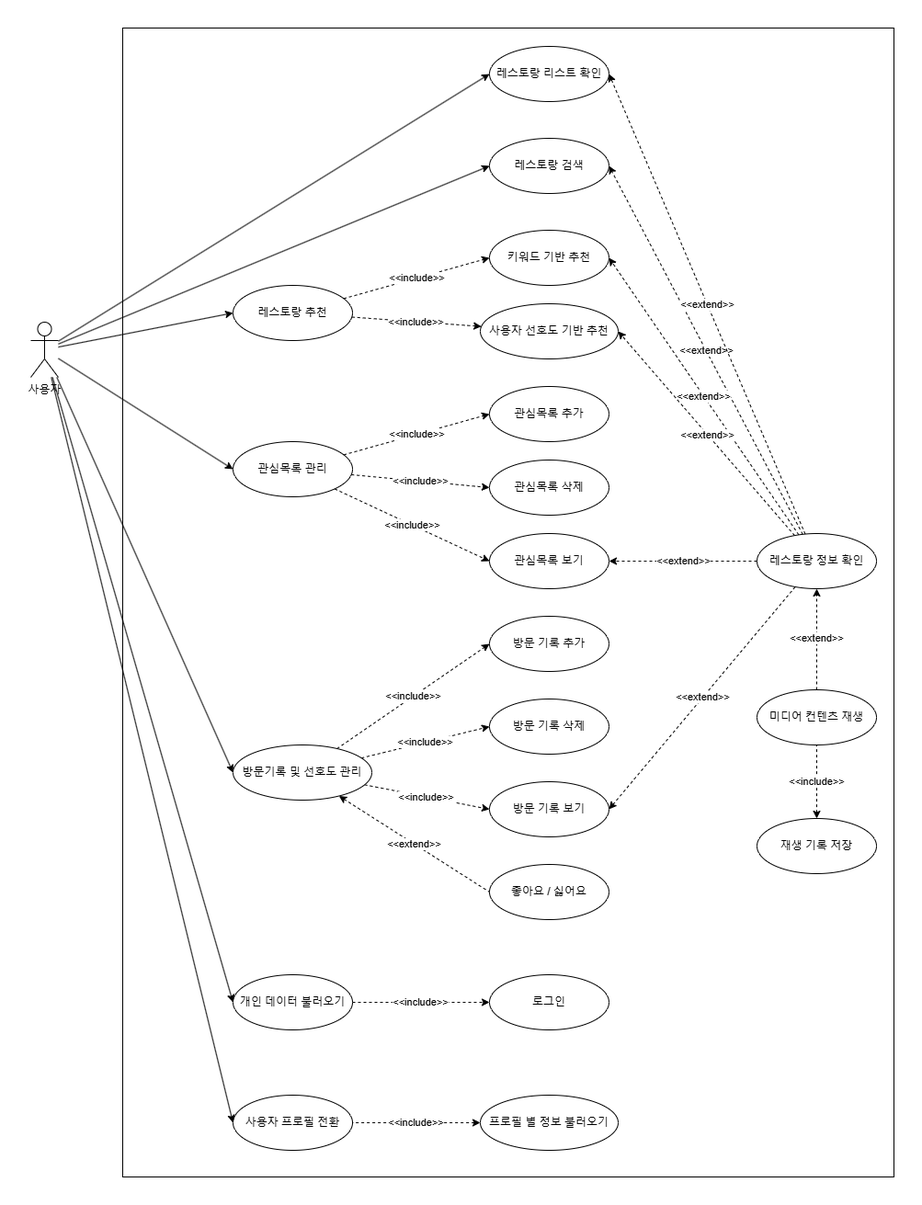
This is usecase_diagram/connected_usecase_diagram.drawio.png from KangNaewon/connected-platform, a draw.io export, as it was before one commit. Source tidied: cells renumbered, new cells last; positions are measured from the earlier drawing's top-left corner, leaving out a move shared by most shapes. The source it was exported from:
```xml
<mxGraphModel>
  <root>
    <mxCell id="0" />
    <mxCell id="1" parent="0" />
    <mxCell id="2" style="rounded=0;whiteSpace=wrap;html=1;" parent="1" vertex="1">
      <mxGeometry x="100" width="839" height="1250" as="geometry" />
    </mxCell>
    <mxCell id="3" value="레스토랑 검색" style="ellipse;whiteSpace=wrap;html=1;" parent="1" vertex="1">
      <mxGeometry x="499" y="120" width="130" height="60" as="geometry" />
    </mxCell>
    <mxCell id="4" value="레스토랑 리스트 확인" style="ellipse;whiteSpace=wrap;html=1;" parent="1" vertex="1">
      <mxGeometry x="499" y="20" width="130" height="60" as="geometry" />
    </mxCell>
    <mxCell id="5" value="&amp;lt;&amp;lt;extend&amp;gt;&amp;gt;" style="rounded=0;jettySize=auto;html=1;entryX=1;entryY=0.5;entryDx=0;entryDy=0;dashed=1;" parent="1" edge="1" source="12" target="34">
      <mxGeometry relative="1" as="geometry" />
    </mxCell>
    <mxCell id="6" value="&amp;lt;&amp;lt;extend&amp;gt;&amp;gt;" style="rounded=0;jettySize=auto;html=1;entryX=1;entryY=0.5;entryDx=0;entryDy=0;dashed=1;" parent="1" edge="1" source="12" target="3">
      <mxGeometry relative="1" as="geometry" />
    </mxCell>
    <mxCell id="7" value="&amp;lt;&amp;lt;extend&amp;gt;&amp;gt;" style="rounded=0;jettySize=auto;html=1;entryX=1;entryY=0.5;entryDx=0;entryDy=0;dashed=1;" parent="1" edge="1" source="12" target="13">
      <mxGeometry relative="1" as="geometry" />
    </mxCell>
    <mxCell id="8" style="rounded=0;jettySize=auto;html=1;entryX=1;entryY=0.5;entryDx=0;entryDy=0;dashed=1;" parent="1" edge="1" source="12" target="31">
      <mxGeometry relative="1" as="geometry" />
    </mxCell>
    <mxCell id="9" value="&amp;lt;&amp;lt;extend&amp;gt;&amp;gt;" style="edgeLabel;html=1;align=center;verticalAlign=middle;" parent="8" vertex="1">
      <mxGeometry x="-0.01" relative="1" as="geometry" />
    </mxCell>
    <mxCell id="10" value="&amp;lt;&amp;lt;extend&amp;gt;&amp;gt;" style="edgeStyle=orthogonalEdgeStyle;rounded=0;jettySize=auto;html=1;entryX=1;entryY=0.5;entryDx=0;entryDy=0;dashed=1;" parent="1" edge="1" source="12" target="27">
      <mxGeometry relative="1" as="geometry" />
    </mxCell>
    <mxCell id="11" value="&amp;lt;&amp;lt;extend&amp;gt;&amp;gt;" style="rounded=0;jettySize=auto;html=1;entryX=1;entryY=0.5;entryDx=0;entryDy=0;dashed=1;" parent="1" edge="1" source="12" target="4">
      <mxGeometry relative="1" as="geometry" />
    </mxCell>
    <mxCell id="12" value="레스토랑 정보 확인" style="ellipse;whiteSpace=wrap;html=1;" parent="1" vertex="1">
      <mxGeometry x="790" y="550" width="130" height="60" as="geometry" />
    </mxCell>
    <mxCell id="13" value="키워드 기반 추천" style="ellipse;whiteSpace=wrap;html=1;" parent="1" vertex="1">
      <mxGeometry x="499" y="220" width="130" height="60" as="geometry" />
    </mxCell>
    <mxCell id="14" value="&amp;lt;&amp;lt;include&amp;gt;&amp;gt;" style="rounded=0;jettySize=auto;html=1;entryX=0;entryY=0.5;entryDx=0;entryDy=0;dashed=1;" parent="1" edge="1" source="17" target="25">
      <mxGeometry relative="1" as="geometry" />
    </mxCell>
    <mxCell id="15" value="&amp;lt;&amp;lt;include&amp;gt;&amp;gt;" style="rounded=0;jettySize=auto;html=1;entryX=0;entryY=0.5;entryDx=0;entryDy=0;dashed=1;" parent="1" edge="1" source="17" target="26">
      <mxGeometry relative="1" as="geometry" />
    </mxCell>
    <mxCell id="16" value="&amp;lt;&amp;lt;include&amp;gt;&amp;gt;" style="rounded=0;jettySize=auto;html=1;entryX=0;entryY=0.5;entryDx=0;entryDy=0;dashed=1;" parent="1" edge="1" source="17" target="27">
      <mxGeometry relative="1" as="geometry" />
    </mxCell>
    <mxCell id="17" value="관심목록 관리" style="ellipse;whiteSpace=wrap;html=1;" parent="1" vertex="1">
      <mxGeometry x="220" y="450" width="130" height="60" as="geometry" />
    </mxCell>
    <mxCell id="18" value="&amp;lt;&amp;lt;include&amp;gt;&amp;gt;" style="rounded=0;jettySize=auto;html=1;entryX=0;entryY=0.5;entryDx=0;entryDy=0;dashed=1;" parent="1" edge="1" source="22" target="32">
      <mxGeometry relative="1" as="geometry" />
    </mxCell>
    <mxCell id="19" value="&amp;lt;&amp;lt;include&amp;gt;&amp;gt;" style="rounded=0;jettySize=auto;html=1;entryX=0;entryY=0.5;entryDx=0;entryDy=0;dashed=1;" parent="1" edge="1" source="22" target="33">
      <mxGeometry relative="1" as="geometry" />
    </mxCell>
    <mxCell id="20" value="&amp;lt;&amp;lt;include&amp;gt;&amp;gt;" style="rounded=0;jettySize=auto;html=1;entryX=0;entryY=0.5;entryDx=0;entryDy=0;dashed=1;" parent="1" edge="1" source="22" target="34">
      <mxGeometry relative="1" as="geometry" />
    </mxCell>
    <mxCell id="21" value="&amp;lt;&amp;lt;extend&amp;gt;&amp;gt;" style="rounded=0;jettySize=auto;html=1;entryX=0;entryY=0.5;entryDx=0;entryDy=0;dashed=1;startArrow=classic;startFill=1;endArrow=none;endFill=0;" parent="1" edge="1" source="22" target="35">
      <mxGeometry relative="1" as="geometry" />
    </mxCell>
    <mxCell id="22" value="방문기록 및 선호도 관리" style="ellipse;whiteSpace=wrap;html=1;" parent="1" vertex="1">
      <mxGeometry x="220" y="780" width="151" height="60" as="geometry" />
    </mxCell>
    <mxCell id="23" value="로그인" style="ellipse;whiteSpace=wrap;html=1;" parent="1" vertex="1">
      <mxGeometry x="499" y="1030" width="130" height="60" as="geometry" />
    </mxCell>
    <mxCell id="24" value="사용자 프로필 전환" style="ellipse;whiteSpace=wrap;html=1;" parent="1" vertex="1">
      <mxGeometry x="220" y="1161" width="130" height="60" as="geometry" />
    </mxCell>
    <mxCell id="25" value="관심목록 추가" style="ellipse;whiteSpace=wrap;html=1;" parent="1" vertex="1">
      <mxGeometry x="499" y="390" width="130" height="60" as="geometry" />
    </mxCell>
    <mxCell id="26" value="관심목록 삭제" style="ellipse;whiteSpace=wrap;html=1;" parent="1" vertex="1">
      <mxGeometry x="499" y="470" width="130" height="60" as="geometry" />
    </mxCell>
    <mxCell id="27" value="관심목록 보기" style="ellipse;whiteSpace=wrap;html=1;" parent="1" vertex="1">
      <mxGeometry x="499" y="550" width="130" height="60" as="geometry" />
    </mxCell>
    <mxCell id="28" value="&amp;lt;&amp;lt;include&amp;gt;&amp;gt;" style="rounded=0;jettySize=auto;html=1;entryX=0;entryY=0.5;entryDx=0;entryDy=0;dashed=1;" parent="1" edge="1" source="30" target="13">
      <mxGeometry relative="1" as="geometry" />
    </mxCell>
    <mxCell id="29" value="&amp;lt;&amp;lt;include&amp;gt;&amp;gt;" style="rounded=0;jettySize=auto;html=1;dashed=1;" parent="1" edge="1" source="30" target="31">
      <mxGeometry relative="1" as="geometry" />
    </mxCell>
    <mxCell id="30" value="레스토랑 추천" style="ellipse;whiteSpace=wrap;html=1;" parent="1" vertex="1">
      <mxGeometry x="220" y="280" width="130" height="60" as="geometry" />
    </mxCell>
    <mxCell id="31" value="사용자 선호도 기반 추천" style="ellipse;whiteSpace=wrap;html=1;" parent="1" vertex="1">
      <mxGeometry x="489" y="300" width="150" height="60" as="geometry" />
    </mxCell>
    <mxCell id="32" value="방문 기록 추가" style="ellipse;whiteSpace=wrap;html=1;" parent="1" vertex="1">
      <mxGeometry x="499" y="640" width="130" height="60" as="geometry" />
    </mxCell>
    <mxCell id="33" value="방문 기록 삭제" style="ellipse;whiteSpace=wrap;html=1;" parent="1" vertex="1">
      <mxGeometry x="499" y="730" width="130" height="60" as="geometry" />
    </mxCell>
    <mxCell id="34" value="방문 기록 보기" style="ellipse;whiteSpace=wrap;html=1;" parent="1" vertex="1">
      <mxGeometry x="499" y="820" width="130" height="60" as="geometry" />
    </mxCell>
    <mxCell id="35" value="좋아요 / 싫어요" style="ellipse;whiteSpace=wrap;html=1;" parent="1" vertex="1">
      <mxGeometry x="499" y="910" width="130" height="60" as="geometry" />
    </mxCell>
    <mxCell id="36" value="&amp;lt;&amp;lt;include&amp;gt;&amp;gt;" style="edgeStyle=orthogonalEdgeStyle;rounded=0;jettySize=auto;html=1;entryX=0;entryY=0.5;entryDx=0;entryDy=0;dashed=1;" parent="1" edge="1" source="37" target="23">
      <mxGeometry relative="1" as="geometry" />
    </mxCell>
    <mxCell id="37" value="개인 데이터 불러오기" style="ellipse;whiteSpace=wrap;html=1;" parent="1" vertex="1">
      <mxGeometry x="220" y="1030" width="130" height="60" as="geometry" />
    </mxCell>
    <mxCell id="38" style="rounded=0;jettySize=auto;html=1;entryX=0;entryY=0.5;entryDx=0;entryDy=0;" parent="1" edge="1" source="45" target="3">
      <mxGeometry relative="1" as="geometry" />
    </mxCell>
    <mxCell id="39" style="rounded=0;jettySize=auto;html=1;entryX=0;entryY=0.5;entryDx=0;entryDy=0;" parent="1" edge="1" source="45" target="22">
      <mxGeometry relative="1" as="geometry" />
    </mxCell>
    <mxCell id="40" style="rounded=0;jettySize=auto;html=1;entryX=0;entryY=0.5;entryDx=0;entryDy=0;" parent="1" edge="1" source="45" target="17">
      <mxGeometry relative="1" as="geometry" />
    </mxCell>
    <mxCell id="41" style="rounded=0;jettySize=auto;html=1;entryX=0;entryY=0.5;entryDx=0;entryDy=0;" parent="1" edge="1" source="45" target="30">
      <mxGeometry relative="1" as="geometry" />
    </mxCell>
    <mxCell id="42" style="rounded=0;jettySize=auto;html=1;entryX=0;entryY=0.5;entryDx=0;entryDy=0;" parent="1" edge="1" source="45" target="4">
      <mxGeometry relative="1" as="geometry" />
    </mxCell>
    <mxCell id="43" style="rounded=0;jettySize=auto;html=1;entryX=0;entryY=0.5;entryDx=0;entryDy=0;" parent="1" edge="1" source="45" target="37">
      <mxGeometry relative="1" as="geometry" />
    </mxCell>
    <mxCell id="44" style="rounded=0;jettySize=auto;html=1;entryX=0;entryY=0.5;entryDx=0;entryDy=0;" parent="1" edge="1" source="45" target="24">
      <mxGeometry relative="1" as="geometry" />
    </mxCell>
    <mxCell id="45" value="사용자" style="shape=umlActor;verticalLabelPosition=bottom;verticalAlign=top;html=1;outlineConnect=0;" parent="1" vertex="1">
      <mxGeometry y="320" width="30" height="60" as="geometry" />
    </mxCell>
    <mxCell id="46" value="&amp;lt;&amp;lt;extend&amp;gt;&amp;gt;" style="rounded=0;jettySize=auto;html=1;entryX=0.5;entryY=1;entryDx=0;entryDy=0;dashed=1;" parent="1" edge="1" source="47" target="12">
      <mxGeometry relative="1" as="geometry" />
    </mxCell>
    <mxCell id="47" value="미디어 컨텐츠 재생" style="ellipse;whiteSpace=wrap;html=1;" parent="1" vertex="1">
      <mxGeometry x="790" y="720" width="130" height="60" as="geometry" />
    </mxCell>
    <mxCell id="48" value="&amp;lt;&amp;lt;include&amp;gt;&amp;gt;" style="rounded=0;jettySize=auto;html=1;entryX=0.5;entryY=1;entryDx=0;entryDy=0;dashed=1;endArrow=none;endFill=0;startArrow=classic;startFill=1;exitX=0.5;exitY=0;exitDx=0;exitDy=0;" parent="1" edge="1" source="49" target="47">
      <mxGeometry relative="1" as="geometry" />
    </mxCell>
    <mxCell id="49" value="재생 기록 저장" style="ellipse;whiteSpace=wrap;html=1;" parent="1" vertex="1">
      <mxGeometry x="790" y="860" width="130" height="60" as="geometry" />
    </mxCell>
    <mxCell id="50" style="edgeStyle=orthogonalEdgeStyle;rounded=0;orthogonalLoop=1;jettySize=auto;html=1;exitX=0.5;exitY=1;exitDx=0;exitDy=0;" parent="1" edge="1">
      <mxGeometry relative="1" as="geometry">
        <mxPoint x="795" y="908.8" as="sourcePoint" />
        <mxPoint x="795" y="908.8" as="targetPoint" />
      </mxGeometry>
    </mxCell>
    <mxCell id="51" value="&amp;lt;&amp;lt;include&amp;gt;&amp;gt;" style="edgeStyle=orthogonalEdgeStyle;rounded=0;jettySize=auto;html=1;entryX=1;entryY=0.5;entryDx=0;entryDy=0;startArrow=classic;startFill=1;endArrow=none;endFill=0;dashed=1;" parent="1" edge="1" source="52" target="24">
      <mxGeometry relative="1" as="geometry" />
    </mxCell>
    <mxCell id="52" value="프로필 별 정보 불러오기" style="ellipse;whiteSpace=wrap;html=1;" parent="1" vertex="1">
      <mxGeometry x="489" y="1161" width="150" height="60" as="geometry" />
    </mxCell>
  </root>
</mxGraphModel>
```
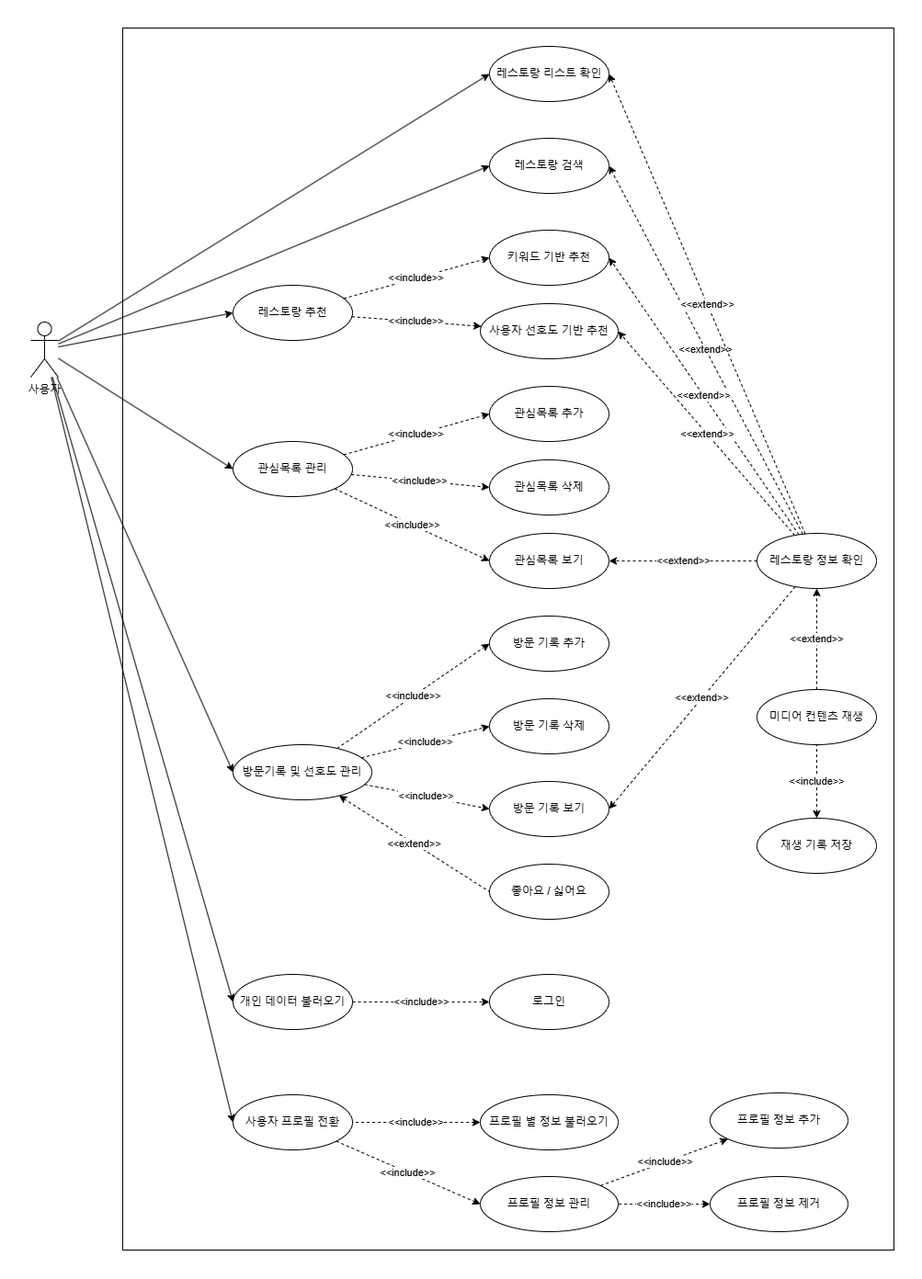
After the change.

Commit message:
Update usecase diagram

Diff of the diagram source:
```diff
@@ -3,7 +3,7 @@
     <mxCell id="0" />
     <mxCell id="1" parent="0" />
     <mxCell id="2" style="rounded=0;whiteSpace=wrap;html=1;" parent="1" vertex="1">
-      <mxGeometry x="100" width="839" height="1250" as="geometry" />
+      <mxGeometry x="100" width="839" height="1330" as="geometry" />
     </mxCell>
     <mxCell id="3" value="레스토랑 검색" style="ellipse;whiteSpace=wrap;html=1;" parent="1" vertex="1">
       <mxGeometry x="499" y="120" width="130" height="60" as="geometry" />
@@ -68,6 +68,9 @@
     <mxCell id="23" value="로그인" style="ellipse;whiteSpace=wrap;html=1;" parent="1" vertex="1">
       <mxGeometry x="499" y="1030" width="130" height="60" as="geometry" />
     </mxCell>
+    <mxCell id="53" value="&amp;lt;&amp;lt;include&amp;gt;&amp;gt;" style="rounded=0;jettySize=auto;html=1;entryX=0;entryY=0.5;entryDx=0;entryDy=0;dashed=1;" parent="1" edge="1" source="24" target="54">
+      <mxGeometry relative="1" as="geometry" />
+    </mxCell>
     <mxCell id="24" value="사용자 프로필 전환" style="ellipse;whiteSpace=wrap;html=1;" parent="1" vertex="1">
       <mxGeometry x="220" y="1161" width="130" height="60" as="geometry" />
     </mxCell>
@@ -158,5 +161,20 @@
     <mxCell id="52" value="프로필 별 정보 불러오기" style="ellipse;whiteSpace=wrap;html=1;" parent="1" vertex="1">
       <mxGeometry x="489" y="1161" width="150" height="60" as="geometry" />
     </mxCell>
+    <mxCell id="54" value="프로필 정보 관리" style="ellipse;whiteSpace=wrap;html=1;" parent="1" vertex="1">
+      <mxGeometry x="489" y="1250" width="150" height="60" as="geometry" />
+    </mxCell>
+    <mxCell id="55" value="&amp;lt;&amp;lt;include&amp;gt;&amp;gt;" style="rounded=0;jettySize=auto;html=1;dashed=1;endArrow=none;endFill=0;startArrow=classic;startFill=1;" parent="1" edge="1" source="56" target="54">
+      <mxGeometry relative="1" as="geometry" />
+    </mxCell>
+    <mxCell id="56" value="프로필 정보 추가" style="ellipse;whiteSpace=wrap;html=1;" parent="1" vertex="1">
+      <mxGeometry x="739" y="1159" width="150" height="60" as="geometry" />
+    </mxCell>
+    <mxCell id="57" value="&amp;lt;&amp;lt;include&amp;gt;&amp;gt;" style="rounded=0;jettySize=auto;html=1;dashed=1;endArrow=none;endFill=0;startArrow=classic;startFill=1;" parent="1" edge="1" source="58" target="54">
+      <mxGeometry relative="1" as="geometry" />
+    </mxCell>
+    <mxCell id="58" value="프로필 정보 제거" style="ellipse;whiteSpace=wrap;html=1;" parent="1" vertex="1">
+      <mxGeometry x="739" y="1250" width="150" height="60" as="geometry" />
+    </mxCell>
   </root>
 </mxGraphModel>
```
